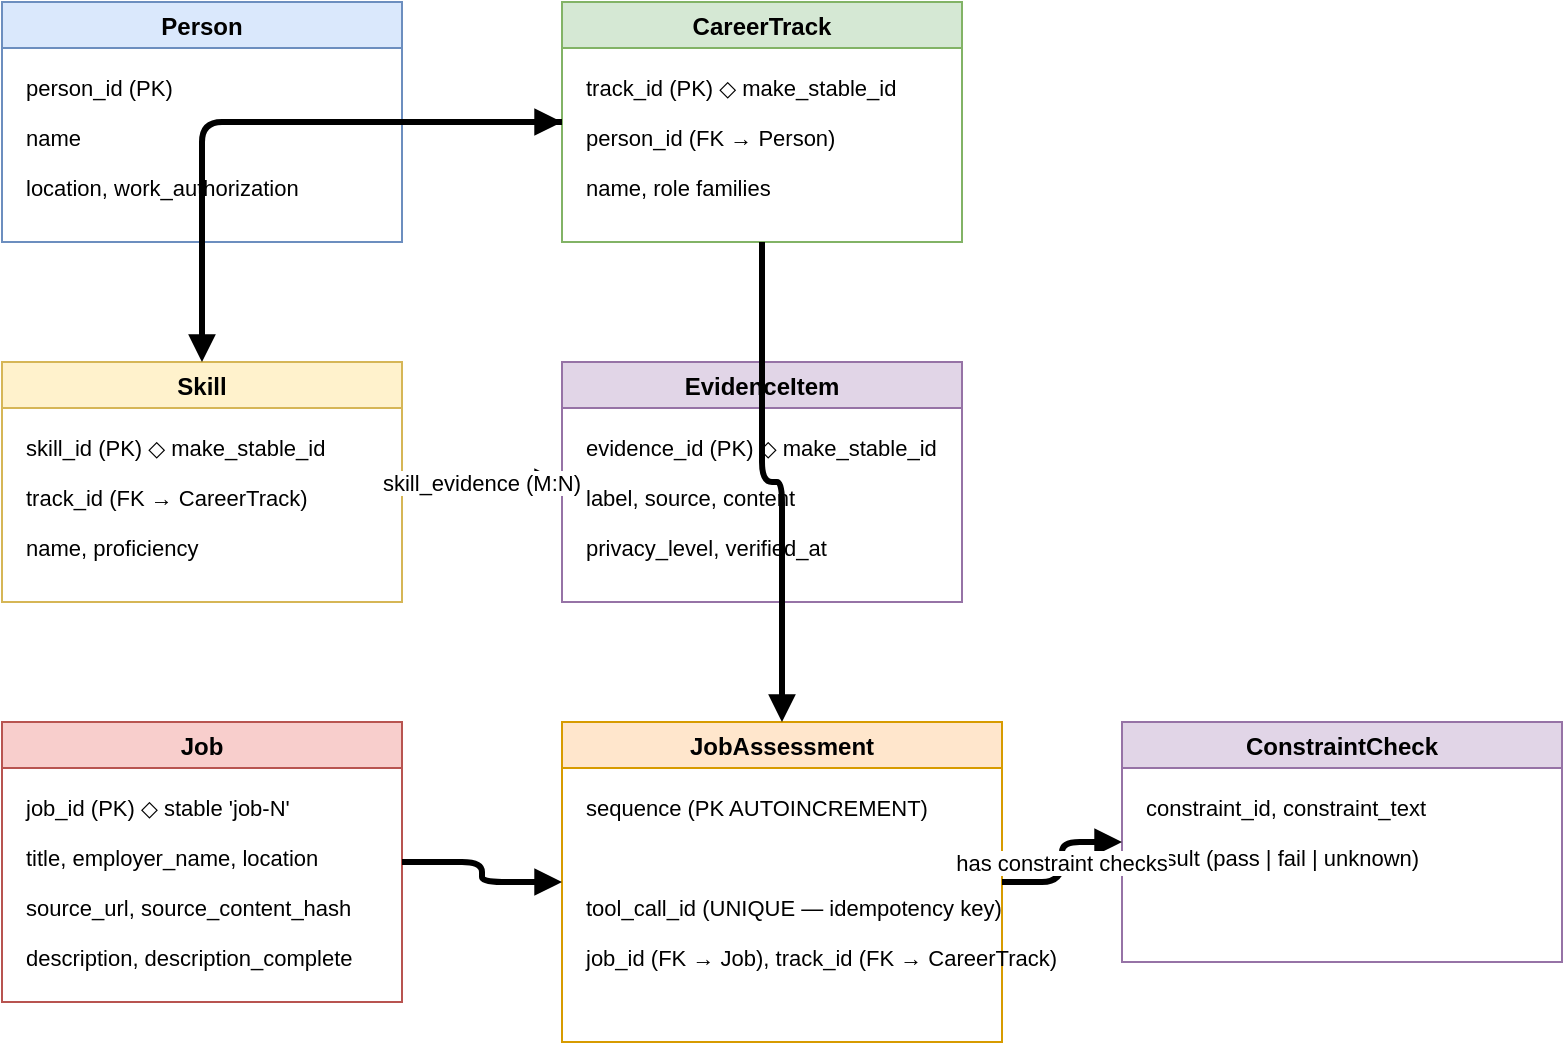
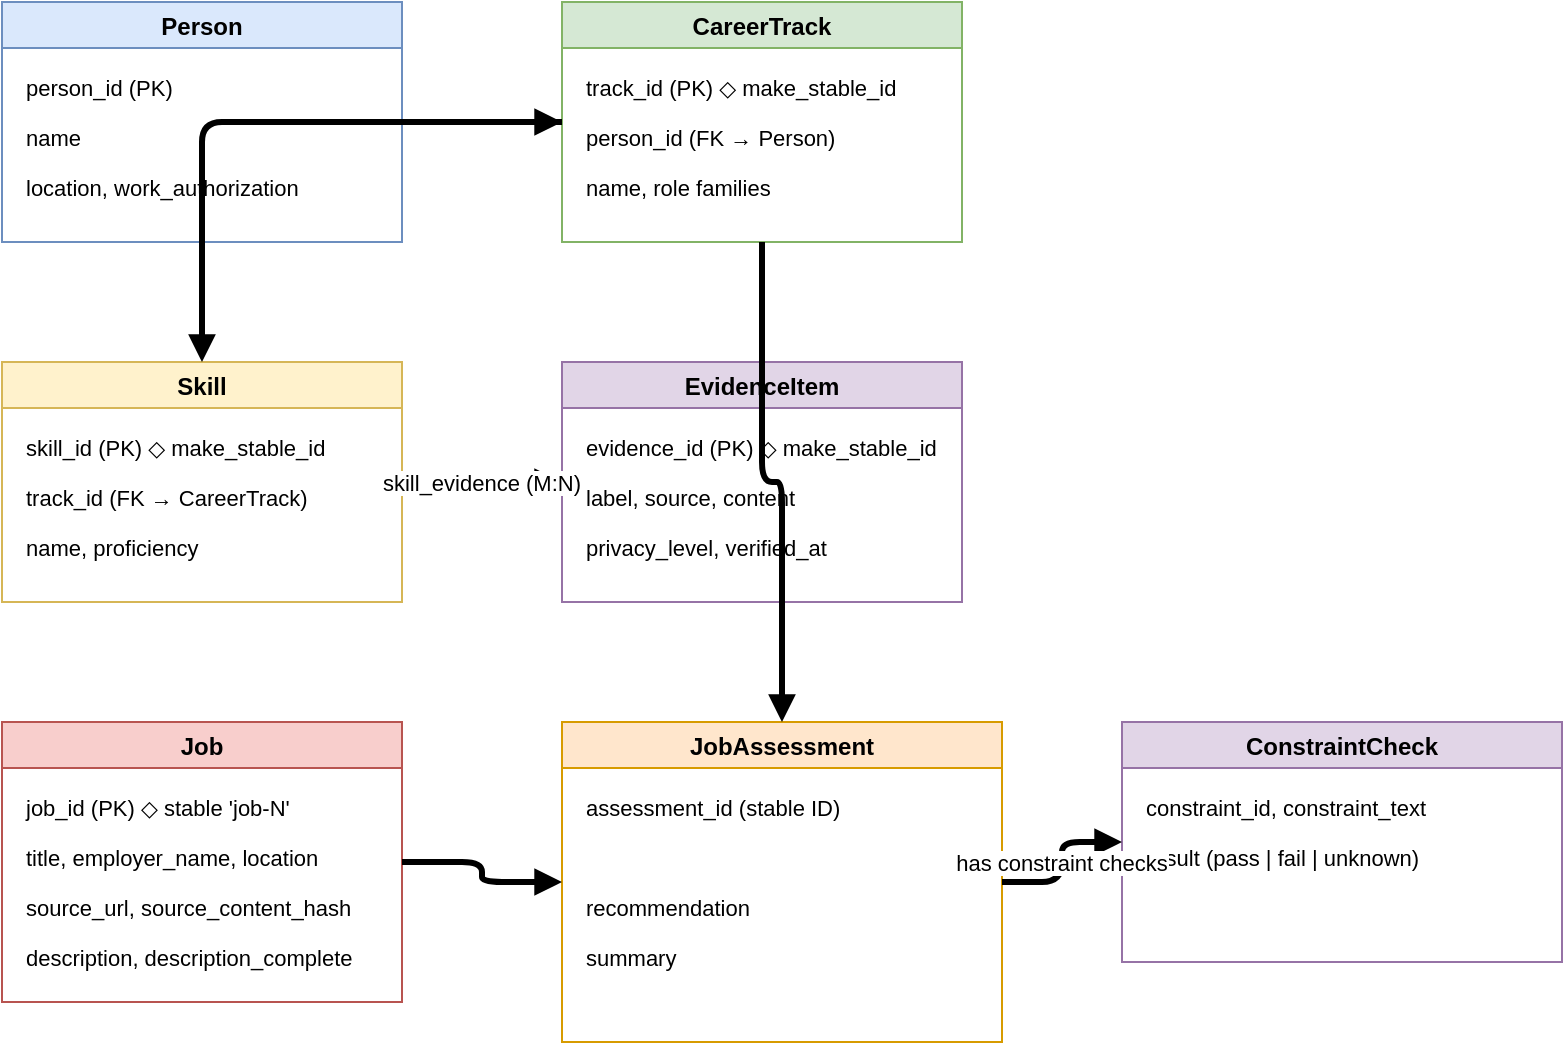
<mxfile host="app.diagrams.net">
  <diagram name="employment-models">
    <mxGraphModel dx="1200" dy="800" grid="1" gridSize="10" guides="1" tooltips="1" connect="1" arrows="1" fold="1" page="1" pageScale="1" pageWidth="827" pageHeight="1169">
      <root>
        <mxCell id="0"/>
        <mxCell id="1" parent="0"/>
        <mxCell id="group-person" value="Person" style="swimlane;fillColor=#dae8fc;strokeColor=#6c8ebf;" vertex="1" parent="1">
          <mxGeometry x="40" y="40" width="200" height="120" as="geometry"/>
        </mxCell>
        <mxCell id="person-id" value="person_id (PK)" style="text;fontSize=11;" vertex="1" parent="group-person">
          <mxGeometry x="10" y="30" width="180" height="20" as="geometry"/>
        </mxCell>
        <mxCell id="person-name" value="name" style="text;fontSize=11;" vertex="1" parent="group-person">
          <mxGeometry x="10" y="55" width="180" height="20" as="geometry"/>
        </mxCell>
        <mxCell id="person-loc" value="location, work_authorization" style="text;fontSize=11;" vertex="1" parent="group-person">
          <mxGeometry x="10" y="80" width="180" height="20" as="geometry"/>
        </mxCell>
        <mxCell id="group-track" value="CareerTrack" style="swimlane;fillColor=#d5e8d4;strokeColor=#82b366;" vertex="1" parent="1">
          <mxGeometry x="320" y="40" width="200" height="120" as="geometry"/>
        </mxCell>
        <mxCell id="track-id" value="track_id (PK)  ◇ make_stable_id" style="text;fontSize=11;" vertex="1" parent="group-track">
          <mxGeometry x="10" y="30" width="180" height="20" as="geometry"/>
        </mxCell>
        <mxCell id="track-pid" value="person_id (FK → Person)" style="text;fontSize=11;" vertex="1" parent="group-track">
          <mxGeometry x="10" y="55" width="180" height="20" as="geometry"/>
        </mxCell>
        <mxCell id="track-name" value="name, role families" style="text;fontSize=11;" vertex="1" parent="group-track">
          <mxGeometry x="10" y="80" width="180" height="20" as="geometry"/>
        </mxCell>
        <mxCell id="group-skill" value="Skill" style="swimlane;fillColor=#fff2cc;strokeColor=#d6b656;" vertex="1" parent="1">
          <mxGeometry x="40" y="220" width="200" height="120" as="geometry"/>
        </mxCell>
        <mxCell id="skill-id" value="skill_id (PK)  ◇ make_stable_id" style="text;fontSize=11;" vertex="1" parent="group-skill">
          <mxGeometry x="10" y="30" width="180" height="20" as="geometry"/>
        </mxCell>
        <mxCell id="skill-tid" value="track_id (FK → CareerTrack)" style="text;fontSize=11;" vertex="1" parent="group-skill">
          <mxGeometry x="10" y="55" width="180" height="20" as="geometry"/>
        </mxCell>
        <mxCell id="skill-prof" value="name, proficiency" style="text;fontSize=11;" vertex="1" parent="group-skill">
          <mxGeometry x="10" y="80" width="180" height="20" as="geometry"/>
        </mxCell>
        <mxCell id="group-evidence" value="EvidenceItem" style="swimlane;fillColor=#e1d5e7;strokeColor=#9673a6;" vertex="1" parent="1">
          <mxGeometry x="320" y="220" width="200" height="120" as="geometry"/>
        </mxCell>
        <mxCell id="ev-id" value="evidence_id (PK)  ◇ make_stable_id" style="text;fontSize=11;" vertex="1" parent="group-evidence">
          <mxGeometry x="10" y="30" width="180" height="20" as="geometry"/>
        </mxCell>
        <mxCell id="ev-label" value="label, source, content" style="text;fontSize=11;" vertex="1" parent="group-evidence">
          <mxGeometry x="10" y="55" width="180" height="20" as="geometry"/>
        </mxCell>
        <mxCell id="ev-priv" value="privacy_level, verified_at" style="text;fontSize=11;" vertex="1" parent="group-evidence">
          <mxGeometry x="10" y="80" width="180" height="20" as="geometry"/>
        </mxCell>
        <mxCell id="group-job" value="Job" style="swimlane;fillColor=#f8cecc;strokeColor=#b85450;" vertex="1" parent="1">
          <mxGeometry x="40" y="400" width="200" height="140" as="geometry"/>
        </mxCell>
        <mxCell id="job-id" value="job_id (PK)  ◇ stable 'job-N'" style="text;fontSize=11;" vertex="1" parent="group-job">
          <mxGeometry x="10" y="30" width="180" height="20" as="geometry"/>
        </mxCell>
        <mxCell id="job-title" value="title, employer_name, location" style="text;fontSize=11;" vertex="1" parent="group-job">
          <mxGeometry x="10" y="55" width="180" height="20" as="geometry"/>
        </mxCell>
        <mxCell id="job-src" value="source_url, source_content_hash" style="text;fontSize=11;" vertex="1" parent="group-job">
          <mxGeometry x="10" y="80" width="180" height="20" as="geometry"/>
        </mxCell>
        <mxCell id="job-desc" value="description, description_complete" style="text;fontSize=11;" vertex="1" parent="group-job">
          <mxGeometry x="10" y="105" width="180" height="20" as="geometry"/>
        </mxCell>
        <mxCell id="group-assessment" value="JobAssessment" style="swimlane;fillColor=#ffe6cc;strokeColor=#d79b00;" vertex="1" parent="1">
          <mxGeometry x="320" y="400" width="220" height="160" as="geometry"/>
        </mxCell>
-         <mxCell id="asmt-seq" value="sequence (PK AUTOINCREMENT)" style="text;fontSize=11;" vertex="1" parent="group-assessment">
+         <mxCell id="asmt-id" value="assessment_id (stable ID)" style="text;fontSize=11;" vertex="1" parent="group-assessment">
          <mxGeometry x="10" y="30" width="200" height="20" as="geometry"/>
        </mxCell>
-         <mxCell id="asmt-tcid" value="tool_call_id (UNIQUE — idempotency key)" style="text;fontSize=11;" vertex="1" parent="group-assessment">
+         <mxCell id="asmt-recommendation" value="recommendation" style="text;fontSize=11;" vertex="1" parent="group-assessment">
          <mxGeometry x="10" y="80" width="200" height="20" as="geometry"/>
        </mxCell>
-         <mxCell id="asmt-fk" value="job_id (FK → Job), track_id (FK → CareerTrack)" style="text;fontSize=11;" vertex="1" parent="group-assessment">
+         <mxCell id="asmt-summary" value="summary" style="text;fontSize=11;" vertex="1" parent="group-assessment">
          <mxGeometry x="10" y="105" width="200" height="20" as="geometry"/>
        </mxCell>
        <mxCell id="group-constraint" value="ConstraintCheck" style="swimlane;fillColor=#e1d5e7;strokeColor=#9673a6;" vertex="1" parent="1">
          <mxGeometry x="600" y="400" width="220" height="120" as="geometry"/>
        </mxCell>
        <mxCell id="constraint-fields" value="constraint_id, constraint_text" style="text;fontSize=11;" vertex="1" parent="group-constraint">
          <mxGeometry x="10" y="30" width="200" height="20" as="geometry"/>
        </mxCell>
        <mxCell id="constraint-result" value="result (pass | fail | unknown)" style="text;fontSize=11;" vertex="1" parent="group-constraint">
          <mxGeometry x="10" y="55" width="200" height="20" as="geometry"/>
        </mxCell>
        <mxCell id="edge-p-t" value="" style="edgeStyle=orthogonalEdgeStyle;orthogonalLoop=1;jettySize=auto;endArrow=block;endFill=1;strokeWidth=3;" edge="1" parent="1" source="group-person" target="group-track">
          <mxGeometry relative="1" as="geometry"/>
        </mxCell>
        <mxCell id="edge-t-s" value="" style="edgeStyle=orthogonalEdgeStyle;orthogonalLoop=1;jettySize=auto;endArrow=block;endFill=1;strokeWidth=3;" edge="1" parent="1" source="group-track" target="group-skill">
          <mxGeometry relative="1" as="geometry"/>
        </mxCell>
        <mxCell id="edge-s-e" value="skill_evidence (M:N)" style="edgeStyle=orthogonalEdgeStyle;orthogonalLoop=1;jettySize=auto;endArrow=block;endFill=1;strokeWidth=3;dashed=1;" edge="1" parent="1" source="group-skill" target="group-evidence">
          <mxGeometry relative="1" as="geometry"/>
        </mxCell>
        <mxCell id="edge-j-a" value="" style="edgeStyle=orthogonalEdgeStyle;orthogonalLoop=1;jettySize=auto;endArrow=block;endFill=1;strokeWidth=3;" edge="1" parent="1" source="group-job" target="group-assessment">
          <mxGeometry relative="1" as="geometry"/>
        </mxCell>
        <mxCell id="edge-t-a" value="" style="edgeStyle=orthogonalEdgeStyle;orthogonalLoop=1;jettySize=auto;endArrow=block;endFill=1;strokeWidth=3;" edge="1" parent="1" source="group-track" target="group-assessment">
          <mxGeometry relative="1" as="geometry"/>
        </mxCell>
        <mxCell id="edge-a-c" value="has constraint checks" style="edgeStyle=orthogonalEdgeStyle;orthogonalLoop=1;jettySize=auto;endArrow=block;endFill=1;strokeWidth=3;" edge="1" parent="1" source="group-assessment" target="group-constraint">
          <mxGeometry relative="1" as="geometry"/>
        </mxCell>
      </root>
    </mxGraphModel>
  </diagram>
</mxfile>
